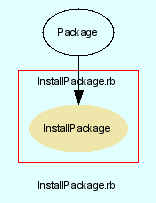
Earlier version of the Graphviz export src/trunk/doc/dot/f_1.png (eschabell/abtlinux). Its source is kept beside it as src/trunk/doc/dot/f_1.dot.
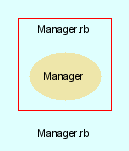
The same diagram one commit later.

What changed in the source:
```diff
@@ -3,7 +3,7 @@
     bgcolor = lightcyan1
     fontname = Arial
     fontsize = 8
-    label = "InstallPackage.rb"
+    label = "Manager.rb"
     node [
         fontname = Arial,
         fontsize = 8,
@@ -13,25 +13,16 @@
     subgraph cluster_2 {
         fontname = Arial
         color = red
-        label = "InstallPackage.rb"
-        InstallPackage [
+        label = "Manager.rb"
+        Manager [
             fontcolor = black,
-            URL = "classes/InstallPackage.html",
+            URL = "classes/Manager.html",
             shape = ellipse,
             color = palegoldenrod,
             style = filled,
-            label = "InstallPackage"
+            label = "Manager"
         ]
 
     }
 
-    Package [
-        URL = "classes/Package.html",
-        label = "Package"
-    ]
-
-    Package -> InstallPackage [
-
-    ]
-
 }
```
